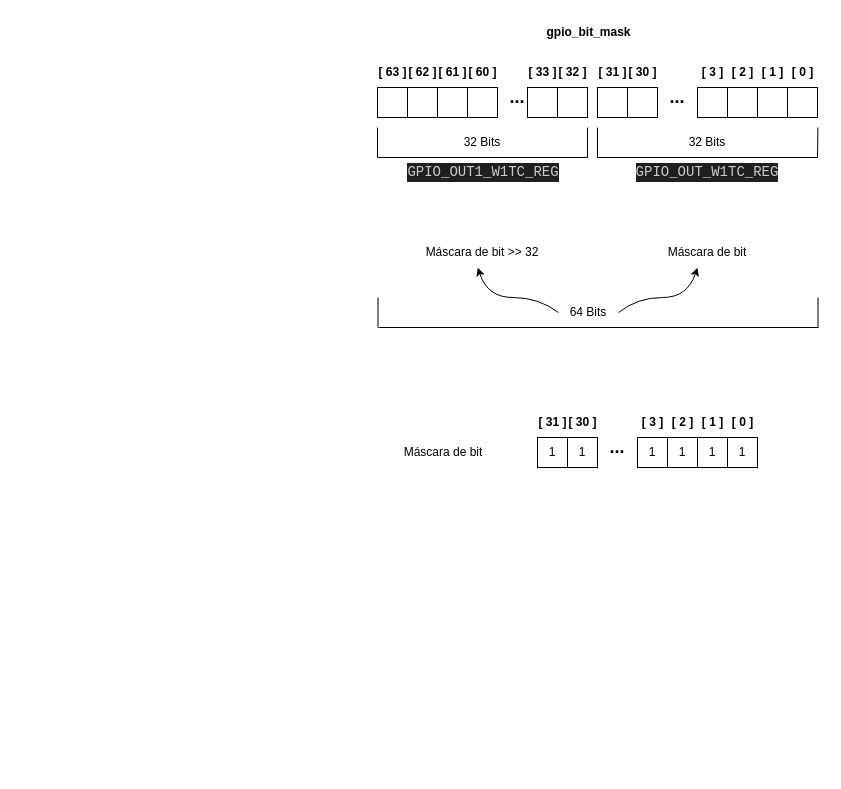
Above: Fluxogramas/Set_GPIO.drawio in GABRIELLUIZMARTINS/DrawIO (draw.io), before the change. Source tidied: cells renumbered, new cells numbered last; positions are measured from the earlier drawing's top-left corner, leaving out a move shared by most shapes. Both pictures are drawn from the tidied source at 100%, with x=0, y=0 at pixel (377, 17).
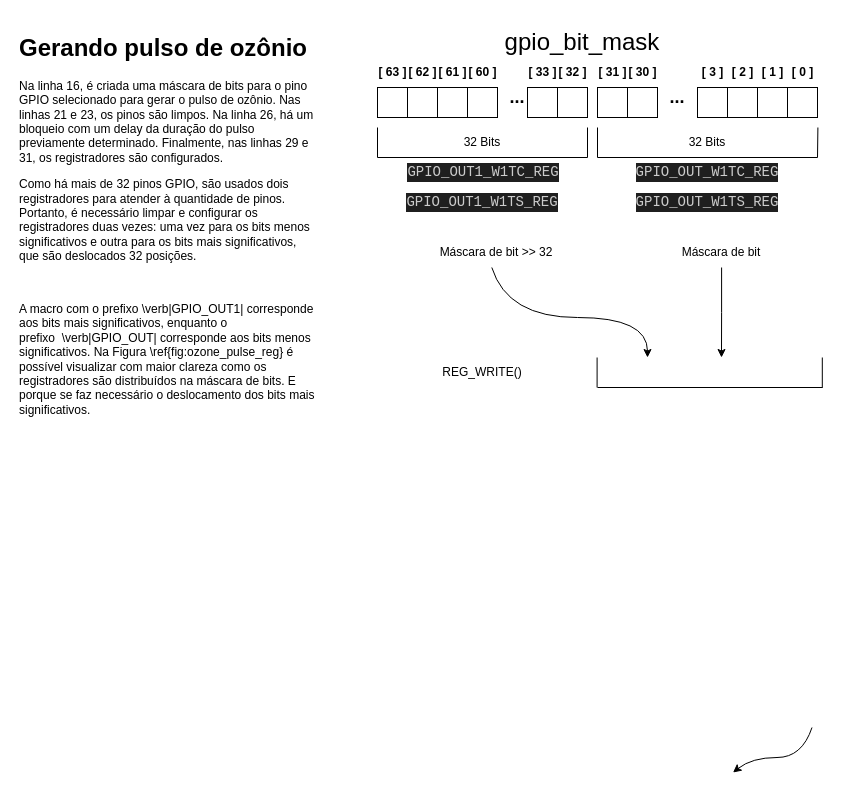
The same diagram, later.

What changed in the source:
```diff
@@
     <mxCell id="34" style="endArrow=none;html=1;rounded=0;fontFamily=Helvetica;fontSize=12;fontColor=default;" parent="1" edge="1">
       <mxGeometry relative="1" as="geometry">
-        <mxPoint x="0.5" y="310" as="sourcePoint" />
-        <mxPoint x="0.5" y="280" as="targetPoint" />
+        <mxPoint x="219.6" y="370" as="sourcePoint" />
+        <mxPoint x="219.6" y="340" as="targetPoint" />
       </mxGeometry>
     </mxCell>
     <mxCell id="35" style="endArrow=none;html=1;rounded=0;fontFamily=Helvetica;fontSize=12;fontColor=default;" parent="1" edge="1">
       <mxGeometry relative="1" as="geometry">
-        <mxPoint x="440.5" y="310" as="sourcePoint" />
-        <mxPoint x="440.5" y="280" as="targetPoint" />
+        <mxPoint x="444.8" y="370" as="sourcePoint" />
+        <mxPoint x="444.8" y="340" as="targetPoint" />
       </mxGeometry>
     </mxCell>
     <mxCell id="36" style="endArrow=none;html=1;rounded=0;fontFamily=Helvetica;fontSize=12;fontColor=default;" parent="1" edge="1">
       <mxGeometry relative="1" as="geometry">
-        <mxPoint x="1" y="310" as="sourcePoint" />
-        <mxPoint x="441" y="310" as="targetPoint" />
+        <mxPoint x="220" y="370" as="sourcePoint" />
+        <mxPoint x="445.2" y="370" as="targetPoint" />
       </mxGeometry>
     </mxCell>
@@
-    <mxCell id="39" value="64 Bits" style="text;html=1;align=center;verticalAlign=middle;whiteSpace=wrap;rounded=0;fontFamily=Helvetica;fontSize=12;fontColor=default;" parent="1" vertex="1">
-      <mxGeometry x="181" y="280" width="60" height="30" as="geometry" />
-    </mxCell>
-    <mxCell id="40" value="1" style="rounded=0;whiteSpace=wrap;html=1;shadow=0;strokeColor=default;align=center;verticalAlign=middle;fontFamily=Helvetica;fontSize=12;fontColor=default;fillColor=none;" parent="1" vertex="1">
-      <mxGeometry x="260" y="420" width="30" height="30" as="geometry" />
-    </mxCell>
-    <mxCell id="41" value="[ 3 ]" style="text;strokeColor=none;fillColor=none;html=1;fontSize=12;fontStyle=1;verticalAlign=middle;align=center;fontFamily=Helvetica;fontColor=default;" parent="1" vertex="1">
-      <mxGeometry x="260" y="390" width="30" height="30" as="geometry" />
-    </mxCell>
-    <mxCell id="42" value="1" style="rounded=0;whiteSpace=wrap;html=1;shadow=0;strokeColor=default;align=center;verticalAlign=middle;fontFamily=Helvetica;fontSize=12;fontColor=default;fillColor=none;" parent="1" vertex="1">
-      <mxGeometry x="290" y="420" width="30" height="30" as="geometry" />
-    </mxCell>
-    <mxCell id="43" value="[ 2 ]" style="text;strokeColor=none;fillColor=none;html=1;fontSize=12;fontStyle=1;verticalAlign=middle;align=center;fontFamily=Helvetica;fontColor=default;" parent="1" vertex="1">
-      <mxGeometry x="290" y="390" width="30" height="30" as="geometry" />
-    </mxCell>
-    <mxCell id="44" value="1" style="rounded=0;whiteSpace=wrap;html=1;shadow=0;strokeColor=default;align=center;verticalAlign=middle;fontFamily=Helvetica;fontSize=12;fontColor=default;fillColor=none;" parent="1" vertex="1">
-      <mxGeometry x="320" y="420" width="30" height="30" as="geometry" />
-    </mxCell>
-    <mxCell id="45" value="[ 1 ]" style="text;strokeColor=none;fillColor=none;html=1;fontSize=12;fontStyle=1;verticalAlign=middle;align=center;fontFamily=Helvetica;fontColor=default;" parent="1" vertex="1">
-      <mxGeometry x="320" y="390" width="30" height="30" as="geometry" />
-    </mxCell>
-    <mxCell id="46" value="1" style="rounded=0;whiteSpace=wrap;html=1;shadow=0;strokeColor=default;align=center;verticalAlign=middle;fontFamily=Helvetica;fontSize=12;fontColor=default;fillColor=none;" parent="1" vertex="1">
-      <mxGeometry x="350" y="420" width="30" height="30" as="geometry" />
-    </mxCell>
-    <mxCell id="47" value="[ 0 ]" style="text;strokeColor=none;fillColor=none;html=1;fontSize=12;fontStyle=1;verticalAlign=middle;align=center;fontFamily=Helvetica;fontColor=default;" parent="1" vertex="1">
-      <mxGeometry x="350" y="390" width="30" height="30" as="geometry" />
-    </mxCell>
-    <mxCell id="48" value="1" style="rounded=0;whiteSpace=wrap;html=1;shadow=0;strokeColor=default;align=center;verticalAlign=middle;fontFamily=Helvetica;fontSize=12;fontColor=default;fillColor=none;" parent="1" vertex="1">
-      <mxGeometry x="160" y="420" width="30" height="30" as="geometry" />
-    </mxCell>
-    <mxCell id="49" value="[ 31 ]" style="text;strokeColor=none;fillColor=none;html=1;fontSize=12;fontStyle=1;verticalAlign=middle;align=center;fontFamily=Helvetica;fontColor=default;" parent="1" vertex="1">
-      <mxGeometry x="160" y="390" width="30" height="30" as="geometry" />
-    </mxCell>
-    <mxCell id="50" value="1" style="rounded=0;whiteSpace=wrap;html=1;shadow=0;strokeColor=default;align=center;verticalAlign=middle;fontFamily=Helvetica;fontSize=12;fontColor=default;fillColor=none;" parent="1" vertex="1">
-      <mxGeometry x="190" y="420" width="30" height="30" as="geometry" />
-    </mxCell>
-    <mxCell id="51" value="[ 30 ]" style="text;strokeColor=none;fillColor=none;html=1;fontSize=12;fontStyle=1;verticalAlign=middle;align=center;fontFamily=Helvetica;fontColor=default;" parent="1" vertex="1">
-      <mxGeometry x="190" y="390" width="30" height="30" as="geometry" />
-    </mxCell>
-    <mxCell id="52" value="&lt;b&gt;&lt;font style=&quot;font-size: 18px;&quot;&gt;...&lt;/font&gt;&lt;/b&gt;" style="text;html=1;align=center;verticalAlign=middle;whiteSpace=wrap;rounded=0;fontFamily=Helvetica;fontSize=12;fontColor=default;" parent="1" vertex="1">
-      <mxGeometry x="220" y="420" width="40" height="20" as="geometry" />
-    </mxCell>
@@
     <mxCell id="55" value="Máscara de bit &amp;gt;&amp;gt; 32" style="text;html=1;align=center;verticalAlign=middle;whiteSpace=wrap;rounded=0;fontFamily=Helvetica;fontSize=12;fontColor=default;" parent="1" vertex="1">
-      <mxGeometry x="40.2" y="220" width="129.5" height="30" as="geometry" />
+      <mxGeometry x="54.3" y="220" width="129.5" height="30" as="geometry" />
     </mxCell>
+    <mxCell id="61" style="edgeStyle=orthogonalEdgeStyle;rounded=0;jettySize=auto;html=1;fontFamily=Helvetica;fontSize=12;fontColor=default;" parent="1" edge="1" source="56">
+      <mxGeometry relative="1" as="geometry">
+        <mxPoint x="344" y="340" as="targetPoint" />
+      </mxGeometry>
+    </mxCell>
     <mxCell id="56" value="Máscara de bit" style="text;html=1;align=center;verticalAlign=middle;whiteSpace=wrap;rounded=0;fontFamily=Helvetica;fontSize=12;fontColor=default;" parent="1" vertex="1">
-      <mxGeometry x="265.2" y="220" width="129.5" height="30" as="geometry" />
+      <mxGeometry x="279.3" y="220" width="129.5" height="30" as="geometry" />
     </mxCell>
-    <mxCell id="57" style="curved=1;endArrow=classic;html=1;rounded=0;fontFamily=Helvetica;fontSize=12;fontColor=default;exitX=1;exitY=0.5;exitDx=0;exitDy=0;entryX=0.5;entryY=1;entryDx=0;entryDy=0;" parent="1" edge="1" source="39">
-      <mxGeometry relative="1" as="geometry">
-        <mxPoint x="320" y="250" as="targetPoint" />
-        <Array as="points">
-          <mxPoint x="260" y="280" />
-          <mxPoint x="310" y="280" />
-        </Array>
-      </mxGeometry>
-    </mxCell>
-    <mxCell id="58" style="curved=1;endArrow=classic;html=1;rounded=0;fontFamily=Helvetica;fontSize=12;fontColor=default;entryX=0.458;entryY=1.035;entryDx=0;entryDy=0;entryPerimeter=0;exitX=0;exitY=0.5;exitDx=0;exitDy=0;" parent="1" edge="1" source="39">
+    <mxCell id="58" style="curved=1;endArrow=classic;html=1;rounded=0;fontFamily=Helvetica;fontSize=12;fontColor=default;exitX=0;exitY=0.5;exitDx=0;exitDy=0;" parent="1" edge="1">
       <mxGeometry relative="1" as="geometry">
-        <mxPoint x="100.3" y="250" as="targetPoint" />
+        <mxPoint x="114.3" y="250" as="sourcePoint" />
+        <mxPoint x="270" y="340" as="targetPoint" />
         <Array as="points">
-          <mxPoint x="161" y="280" />
-          <mxPoint x="110" y="280" />
+          <mxPoint x="130" y="300" />
+          <mxPoint x="270" y="300" />
         </Array>
       </mxGeometry>
     </mxCell>
-    <mxCell id="59" value="Máscara de bit" style="text;html=1;align=center;verticalAlign=middle;whiteSpace=wrap;rounded=0;fontFamily=Helvetica;fontSize=12;fontColor=default;" parent="1" vertex="1">
-      <mxGeometry x="0.5" y="420" width="129.5" height="30" as="geometry" />
-    </mxCell>
-    <mxCell id="60" value="&lt;b&gt;gpio_bit_mask&lt;/b&gt;" style="text;html=1;align=center;verticalAlign=middle;strokeColor=none;fillColor=none;fontFamily=Helvetica;fontSize=12;fontColor=default;" parent="1" vertex="1">
-      <mxGeometry x="156" width="110" height="30" as="geometry" />
+    <mxCell id="60" value="&lt;font style=&quot;font-size: 24px;&quot;&gt;gpio_bit_mask&lt;/font&gt;" style="text;html=1;align=center;verticalAlign=middle;whiteSpace=wrap;rounded=0;fontFamily=Helvetica;fontSize=12;fontColor=default;" parent="1" vertex="1">
+      <mxGeometry x="-15" y="10" width="440" height="30" as="geometry" />
     </mxCell>
+    <mxCell id="62" value="&lt;h1 style=&quot;margin-top: 0px;&quot;&gt;Gerando pulso de ozônio&lt;/h1&gt;&lt;p&gt;Na linha 16, é criada uma máscara de bits para o pino GPIO selecionado para gerar o pulso de ozônio. Nas linhas 21 e 23, os pinos são limpos. Na linha 26, há um bloqueio com um delay da duração do pulso previamente determinado. Finalmente, nas linhas 29 e 31, os registradores são configurados.&lt;/p&gt;&lt;p&gt;Como há mais de 32 pinos GPIO, são usados dois registradores para atender à quantidade de pinos. Portanto, é necessário limpar e configurar os registradores duas vezes: uma vez para os bits menos significativos e outra para os bits mais significativos, que são deslocados 32 posições.&amp;nbsp;&lt;/p&gt;&lt;p&gt;&lt;br&gt;&lt;/p&gt;&lt;p&gt;A macro com o prefixo \verb|GPIO_OUT1| corresponde aos bits mais significativos, enquanto o prefixo&amp;nbsp;&amp;nbsp;\verb|GPIO_OUT| corresponde aos bits menos significativos. Na Figura \ref{fig:&lt;span style=&quot;background-color: initial;&quot;&gt;ozone_pulse_reg&lt;/span&gt;&lt;span style=&quot;background-color: initial;&quot;&gt;} é possível visualizar com maior clareza como os registradores são distribuídos na máscara de bits. E porque se faz necessário o deslocamento dos bits mais significativos.&lt;/span&gt;&lt;/p&gt;" style="text;html=1;whiteSpace=wrap;overflow=hidden;rounded=0;fontFamily=Helvetica;fontSize=12;fontColor=default;" parent="1" vertex="1">
+      <mxGeometry x="-360" y="10" width="300" height="410" as="geometry" />
+    </mxCell>
+    <mxCell id="63" value="&lt;div style=&quot;color: rgb(204, 204, 204); background-color: rgb(31, 31, 31); font-family: Consolas, &amp;quot;Courier New&amp;quot;, monospace; font-size: 14px; line-height: 19px; white-space: pre;&quot;&gt;GPIO_OUT1_W1TS_REG&lt;/div&gt;" style="text;html=1;align=center;verticalAlign=middle;whiteSpace=wrap;rounded=0;fontFamily=Helvetica;fontSize=12;fontColor=default;" parent="1" vertex="1">
+      <mxGeometry y="170" width="209.5" height="30" as="geometry" />
+    </mxCell>
+    <mxCell id="64" value="&lt;div style=&quot;color: rgb(204, 204, 204); background-color: rgb(31, 31, 31); font-family: Consolas, &amp;quot;Courier New&amp;quot;, monospace; font-size: 14px; line-height: 19px; white-space: pre;&quot;&gt;GPIO_OUT_W1TS_REG&lt;/div&gt;" style="text;html=1;align=center;verticalAlign=middle;whiteSpace=wrap;rounded=0;fontFamily=Helvetica;fontSize=12;fontColor=default;" parent="1" vertex="1">
+      <mxGeometry x="220" y="170" width="220" height="30" as="geometry" />
+    </mxCell>
+    <mxCell id="65" style="curved=1;endArrow=classic;html=1;rounded=0;fontFamily=Helvetica;fontSize=12;fontColor=default;exitX=1;exitY=0.5;exitDx=0;exitDy=0;entryX=1;entryY=0.5;entryDx=0;entryDy=0;" parent="1" edge="1">
+      <mxGeometry relative="1" as="geometry">
+        <mxPoint x="434.5" y="710" as="sourcePoint" />
+        <mxPoint x="355.5" y="755" as="targetPoint" />
+        <Array as="points">
+          <mxPoint x="424.5" y="740" />
+          <mxPoint x="374.5" y="740" />
+        </Array>
+      </mxGeometry>
+    </mxCell>
+    <mxCell id="66" value="REG_WRITE()" style="text;html=1;align=center;verticalAlign=middle;whiteSpace=wrap;rounded=0;fontFamily=Helvetica;fontSize=12;fontColor=default;" parent="1" vertex="1">
+      <mxGeometry x="40" y="340" width="129.5" height="30" as="geometry" />
+    </mxCell>
```
